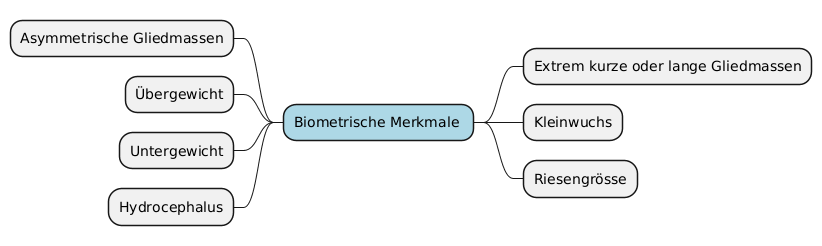
marcgauch/Masterarbeit-Daten keeps this PlantUML diagram as mindmap/generated/physical-subcategories/mindmap-physical-biometrische-merkmale.png. Above is the earlier version.
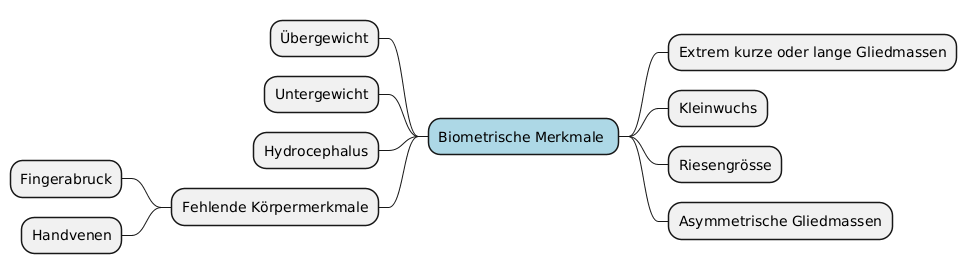
The same file after the commit.

Commit message:
ADDED: Mindmap weitere Behinderungen

The edit, as a diff of the source:
```diff
@@ -11,9 +11,12 @@
 	* Extrem kurze oder lange Gliedmassen
 	* Kleinwuchs
 	* Riesengrösse
+	* Asymmetrische Gliedmassen
 left side
-	* Asymmetrische Gliedmassen
 	* Übergewicht
 	* Untergewicht
 	* Hydrocephalus
+	* Fehlende Körpermerkmale
+		* Fingerabruck
+		* Handvenen
 @endmindmap
```
